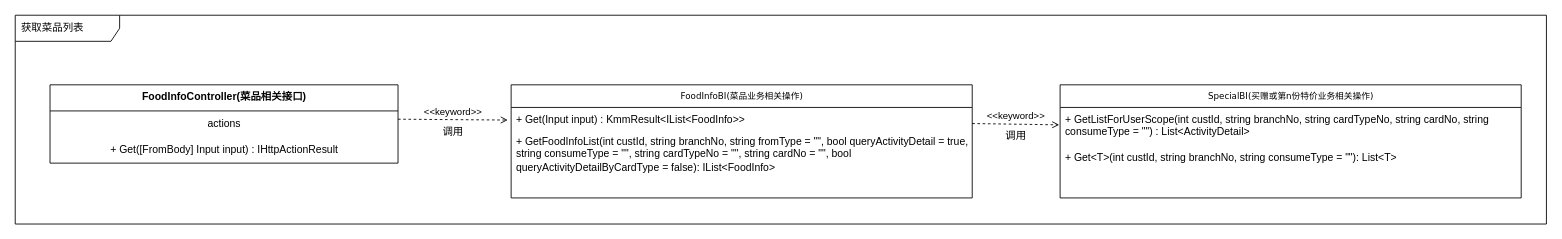
Above: Kemai/接口获取菜品列表.drawio in noobwu/diagrams (draw.io), before the change. Source tidied: cells renumbered, new cells numbered last; positions are measured from the earlier drawing's top-left corner, leaving out a move shared by most shapes. Both pictures are drawn from the tidied source at 87%, with x=0, y=0 at pixel (15, 15).
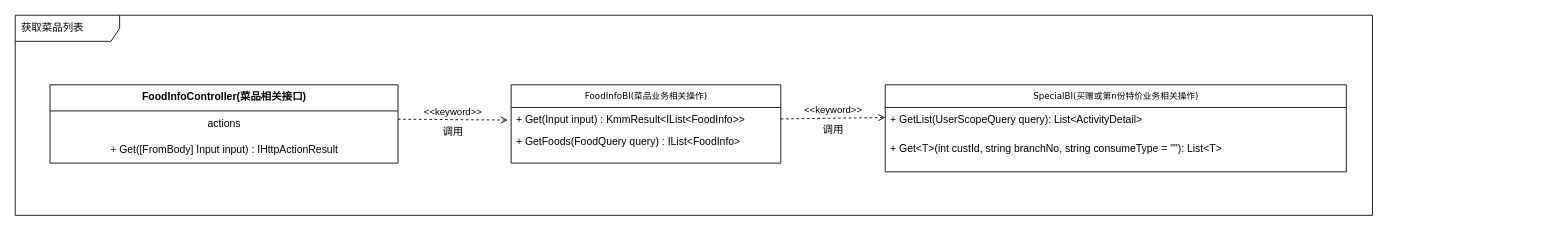
After the change.

The edit, as a diff of the source:
```diff
@@
 <mxGraphModel>
   <root>
     <mxCell id="0" />
     <mxCell id="1" parent="0" />
     <mxCell id="2" value="获取菜品列表" style="shape=umlFrame;whiteSpace=wrap;html=1;width=120;height=30;boundedLbl=1;verticalAlign=middle;align=left;spacingLeft=5;" parent="1" vertex="1">
-      <mxGeometry width="1760" height="240" as="geometry" />
+      <mxGeometry width="1560" height="230" as="geometry" />
     </mxCell>
     <mxCell id="3" value="FoodInfoController(菜品相关接口)" style="swimlane;fontStyle=1;align=center;verticalAlign=top;horizontal=1;startSize=30;html=1;fillColor=default;" parent="1" vertex="1">
       <mxGeometry x="40" y="80" width="400" height="90" as="geometry" />
     </mxCell>
     <mxCell id="4" value="actions" style="html=1;strokeColor=none;fillColor=none;align=center;verticalAlign=middle;spacingLeft=4;spacingRight=4;" parent="3" vertex="1">
       <mxGeometry y="30" width="400" height="30" as="geometry" />
     </mxCell>
     <mxCell id="5" value="+ Get([FromBody] Input input) :&amp;nbsp;IHttpActionResult" style="html=1;strokeColor=none;fillColor=none;align=center;verticalAlign=middle;spacingLeft=4;spacingRight=4;" parent="3" vertex="1">
       <mxGeometry y="60" width="400" height="30" as="geometry" />
     </mxCell>
     <mxCell id="6" value="FoodInfoBI(菜品业务相关操作)" style="swimlane;html=1;fontStyle=0;horizontal=1;startSize=26;fillColor=none;swimlaneFillColor=#ffffff;rounded=0;shadow=0;comic=0;labelBackgroundColor=none;strokeWidth=1;fontFamily=Verdana;fontSize=10;align=center;" parent="1" vertex="1">
-      <mxGeometry x="570" y="80" width="530" height="130" as="geometry" />
+      <mxGeometry x="570" y="80" width="310" height="90" as="geometry" />
     </mxCell>
     <mxCell id="7" value="&lt;span&gt;+ Get(Input input)&amp;nbsp;:&amp;nbsp;&lt;/span&gt;KmmResult&amp;lt;IList&amp;lt;FoodInfo&amp;gt;&amp;gt;" style="text;html=1;strokeColor=none;fillColor=none;align=left;verticalAlign=top;spacingLeft=4;spacingRight=4;whiteSpace=wrap;overflow=hidden;" parent="6" vertex="1">
-      <mxGeometry y="26" width="530" height="26" as="geometry" />
+      <mxGeometry y="26" width="310" height="26" as="geometry" />
     </mxCell>
-    <mxCell id="8" value="&lt;span&gt;+ GetFoodInfoList(int custId, string branchNo, string fromType = &quot;&quot;, bool queryActivityDetail = true, string consumeType = &quot;&quot;, string cardTypeNo = &quot;&quot;, string cardNo = &quot;&quot;, bool queryActivityDetailByCardType = false):&amp;nbsp;&lt;/span&gt;IList&amp;lt;FoodInfo&amp;gt;" style="text;html=1;strokeColor=none;fillColor=none;align=left;verticalAlign=top;spacingLeft=4;spacingRight=4;whiteSpace=wrap;overflow=hidden;" parent="6" vertex="1">
-      <mxGeometry y="52" width="530" height="78" as="geometry" />
+    <mxCell id="8" value="&lt;span&gt;+ GetFoods(FoodQuery query) :&amp;nbsp;&lt;/span&gt;IList&amp;lt;FoodInfo&amp;gt;" style="text;html=1;strokeColor=none;fillColor=none;align=left;verticalAlign=top;spacingLeft=4;spacingRight=4;whiteSpace=wrap;overflow=hidden;" parent="6" vertex="1">
+      <mxGeometry y="52" width="310" height="38" as="geometry" />
     </mxCell>
     <mxCell id="9" value="&amp;lt;&amp;lt;keyword&amp;gt;&amp;gt;" style="endArrow=open;html=1;rounded=0;align=center;verticalAlign=bottom;dashed=1;endFill=0;labelBackgroundColor=none;entryX=0;entryY=0.5;entryDx=0;entryDy=0;exitX=1.014;exitY=0.3;exitDx=0;exitDy=0;exitPerimeter=0;" parent="1" edge="1">
       <mxGeometry relative="1" as="geometry">
         <mxPoint x="440" y="119.5" as="sourcePoint" />
         <mxPoint x="566.2" y="120.5" as="targetPoint" />
       </mxGeometry>
     </mxCell>
     <mxCell id="10" value="调用" style="html=1;align=center;verticalAlign=top;labelBackgroundColor=none;fillColor=default;" parent="9" vertex="1">
       <mxGeometry relative="1" as="geometry" />
     </mxCell>
     <mxCell id="11" value="SpecialBI(买赠或第n份特价业务相关操作)" style="swimlane;html=1;fontStyle=0;horizontal=1;startSize=26;fillColor=none;swimlaneFillColor=#ffffff;rounded=0;shadow=0;comic=0;labelBackgroundColor=none;strokeWidth=1;fontFamily=Verdana;fontSize=10;align=center;" parent="1" vertex="1">
-      <mxGeometry x="1201" y="80" width="530" height="130" as="geometry" />
+      <mxGeometry x="1000" y="80" width="530" height="100" as="geometry" />
     </mxCell>
-    <mxCell id="12" value="&lt;span&gt;+&amp;nbsp;&lt;/span&gt;GetListForUserScope(int custId, string branchNo, string cardTypeNo, string cardNo, string consumeType = &quot;&quot;) :&amp;nbsp;List&amp;lt;ActivityDetail&amp;gt;" style="text;html=1;strokeColor=none;fillColor=none;align=left;verticalAlign=top;spacingLeft=4;spacingRight=4;whiteSpace=wrap;overflow=hidden;points=[[0,0.5],[1,0.5]];portConstraint=eastwest;" parent="11" vertex="1">
-      <mxGeometry y="26" width="530" height="44" as="geometry" />
+    <mxCell id="12" value="&lt;span&gt;+&amp;nbsp;&lt;/span&gt;GetList(UserScopeQuery query):&amp;nbsp;List&amp;lt;ActivityDetail&amp;gt;" style="text;html=1;strokeColor=none;fillColor=none;align=left;verticalAlign=top;spacingLeft=4;spacingRight=4;whiteSpace=wrap;overflow=hidden;points=[[0,0.5],[1,0.5]];portConstraint=eastwest;" parent="11" vertex="1">
+      <mxGeometry y="26" width="530" height="34" as="geometry" />
     </mxCell>
     <mxCell id="13" value="&lt;span&gt;+&amp;nbsp;&lt;/span&gt;Get&amp;lt;T&amp;gt;(int custId, string branchNo, string consumeType = &quot;&quot;):&amp;nbsp;List&amp;lt;T&amp;gt;" style="text;html=1;strokeColor=none;fillColor=none;align=left;verticalAlign=top;spacingLeft=4;spacingRight=4;whiteSpace=wrap;overflow=hidden;" parent="11" vertex="1">
-      <mxGeometry y="70" width="530" height="44" as="geometry" />
+      <mxGeometry y="60" width="530" height="40" as="geometry" />
     </mxCell>
-    <mxCell id="14" value="&amp;lt;&amp;lt;keyword&amp;gt;&amp;gt;" style="endArrow=open;html=1;rounded=0;align=center;verticalAlign=bottom;dashed=1;endFill=0;labelBackgroundColor=none;exitX=1.014;exitY=0.3;exitDx=0;exitDy=0;exitPerimeter=0;" parent="1" edge="1">
+    <mxCell id="14" value="&amp;lt;&amp;lt;keyword&amp;gt;&amp;gt;" style="endArrow=open;html=1;rounded=0;align=center;verticalAlign=bottom;dashed=1;endFill=0;labelBackgroundColor=none;exitX=1.014;exitY=0.3;exitDx=0;exitDy=0;exitPerimeter=0;entryX=0;entryY=0.341;entryDx=0;entryDy=0;entryPerimeter=0;" parent="1" edge="1" target="12">
       <mxGeometry relative="1" as="geometry">
-        <mxPoint x="1100" y="124.5" as="sourcePoint" />
-        <mxPoint x="1200" y="126" as="targetPoint" />
+        <mxPoint x="880" y="119.2" as="sourcePoint" />
       </mxGeometry>
     </mxCell>
     <mxCell id="15" value="调用" style="html=1;align=center;verticalAlign=top;labelBackgroundColor=none;fillColor=default;" parent="14" vertex="1">
       <mxGeometry relative="1" as="geometry" />
     </mxCell>
   </root>
 </mxGraphModel>
```
